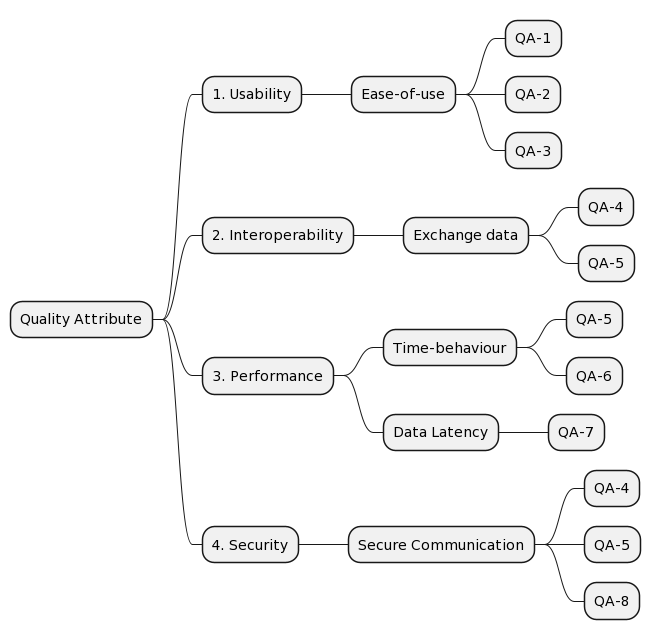
This is assets/quality_tree.png from Bruno-Macedo/Soft.Arch, a PlantUML export, as it was before one commit.
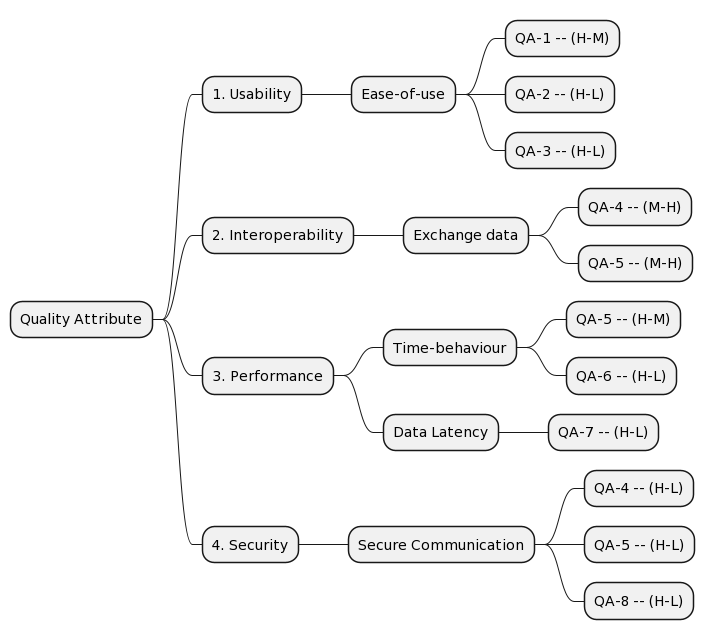
Later version of the same file.

Commit message:
tree with priority

Change to the diagram source:
```diff
@@ -2,22 +2,22 @@
 * Quality Attribute
 	* 1. Usability
 		* Ease-of-use
-			* QA-1
-			* QA-2
-			* QA-3
+			* QA-1 -- (H-M)
+			* QA-2 -- (H-L)
+			* QA-3 -- (H-L)
 	* 2. Interoperability
 		* Exchange data
-			* QA-4
-			* QA-5
+			* QA-4 -- (M-H)
+			* QA-5 -- (M-H)
 	* 3. Performance
 		* Time-behaviour
-			* QA-5
-			* QA-6
+			* QA-5 -- (H-M)
+			* QA-6 -- (H-L)
 		* Data Latency
-			* QA-7
+			* QA-7 -- (H-L)
 	* 4. Security
 		* Secure Communication
-			* QA-4
-			* QA-5
-			* QA-8
+			* QA-4 -- (H-L)
+			* QA-5 -- (H-L)
+			* QA-8 -- (H-L)
 @endmindmap
```
